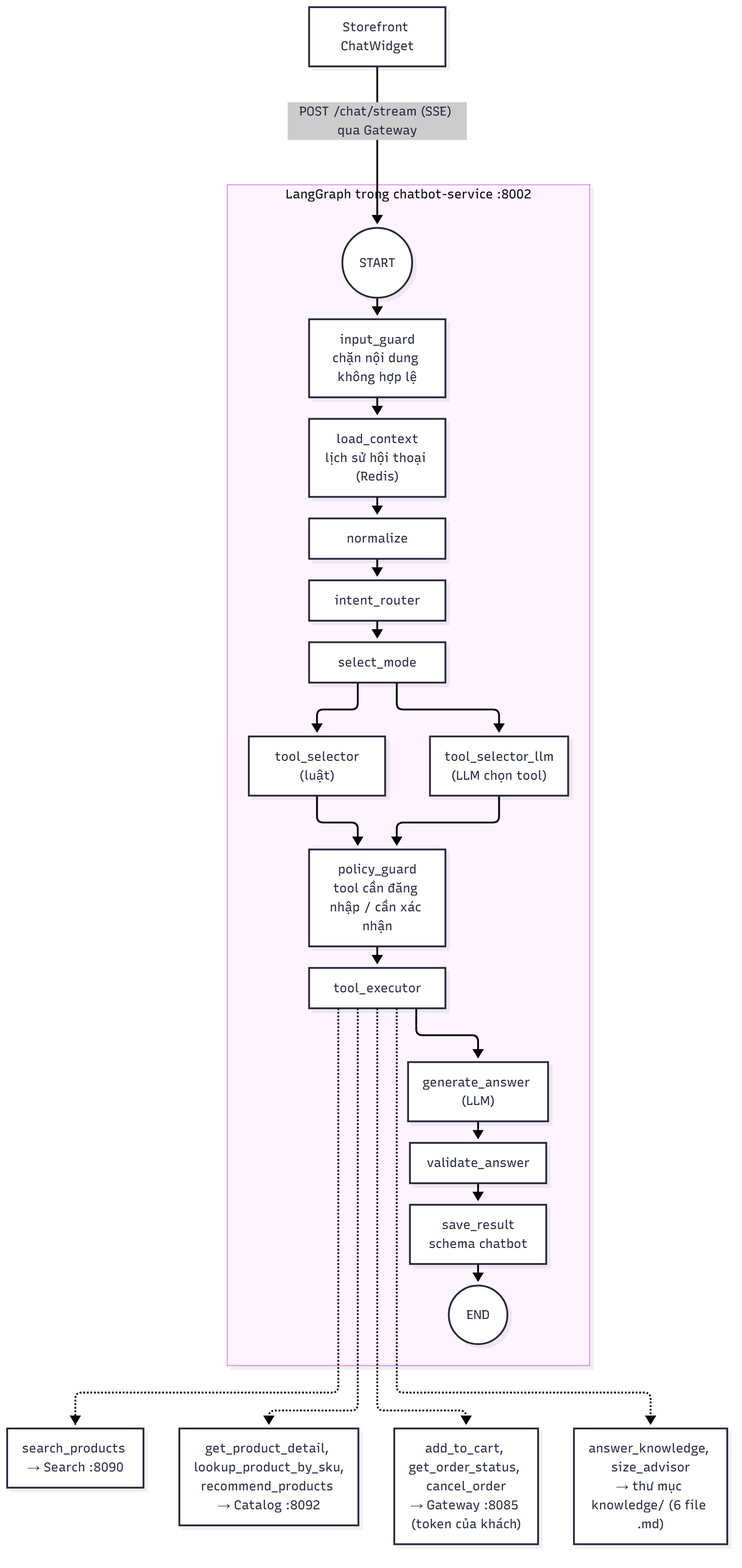
Earlier version of the Mermaid export docs/overview/workflow/10-chatbot.png (ThanhHaipear/smart_sportwear_shop). Its source is kept beside it as docs/overview/workflow/10-chatbot.mmd. Source of this version:
```mermaid
flowchart TB
    U["Storefront ChatWidget"] -- "POST /chat/stream (SSE) qua Gateway" --> START

    subgraph LG["LangGraph trong chatbot-service :8002"]
        START((START)) --> G["input_guard<br/>chặn nội dung không hợp lệ"]
        G --> C["load_context<br/>lịch sử hội thoại (Redis)"]
        C --> N["normalize"]
        N --> I["intent_router"]
        I --> M["select_mode"]
        M --> TS["tool_selector<br/>(luật)"]
        M --> TL["tool_selector_llm<br/>(LLM chọn tool)"]
        TS & TL --> P["policy_guard<br/>tool cần đăng nhập / cần xác nhận"]
        P --> X["tool_executor"]
        X --> A["generate_answer (LLM)"]
        A --> V["validate_answer"]
        V --> S["save_result<br/>schema chatbot"]
        S --> E((END))
    end

    X -.-> T1["search_products → Search :8090"]
    X -.-> T2["get_product_detail, lookup_product_by_sku,<br/>recommend_products → Catalog :8092"]
    X -.-> T3["add_to_cart, get_order_status, cancel_order<br/>→ Gateway :8085 (token của khách)"]
    X -.-> T4["answer_knowledge, size_advisor<br/>→ thư mục knowledge/ (6 file .md)"]
```
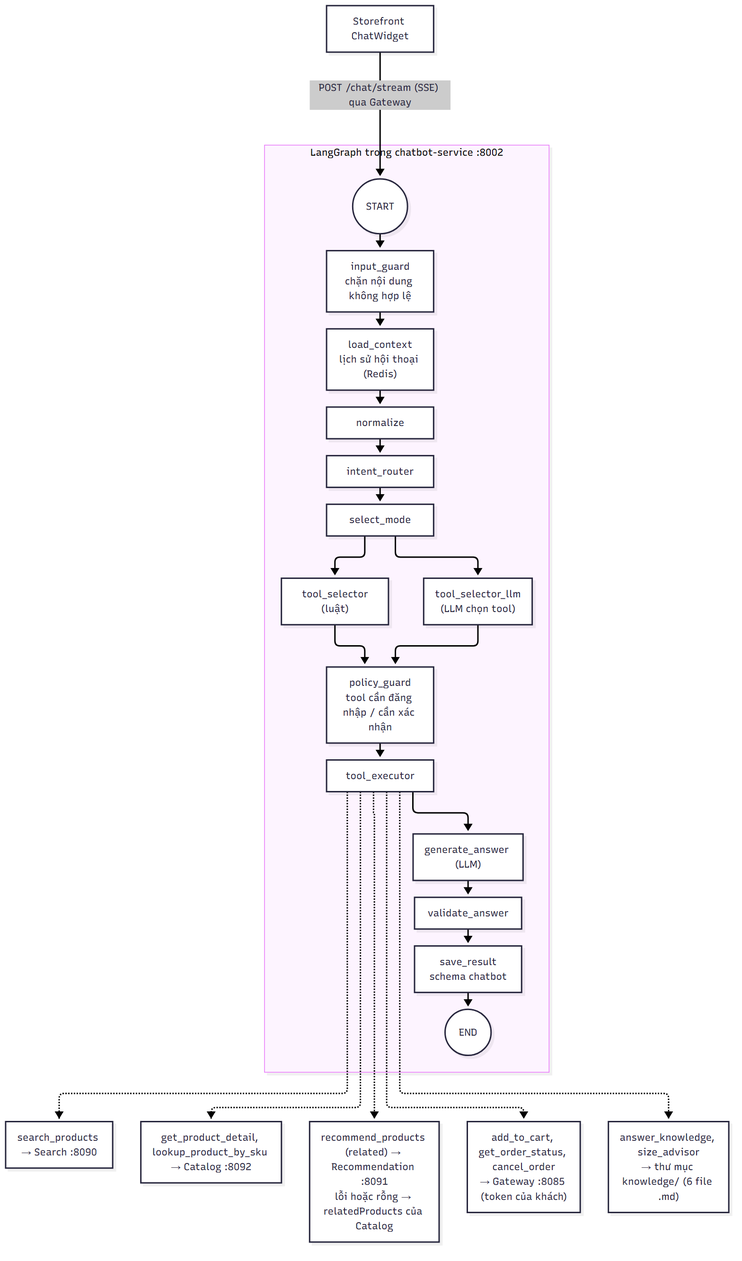
Above is the later version.

Commit message:
docs(recommendation): add results tables, demo script and new diagrams

Diff of the diagram source:
```diff
@@ -18,6 +18,7 @@
     end
 
     X -.-> T1["search_products → Search :8090"]
-    X -.-> T2["get_product_detail, lookup_product_by_sku,<br/>recommend_products → Catalog :8092"]
+    X -.-> T2["get_product_detail, lookup_product_by_sku → Catalog :8092"]
+    X -.-> T5["recommend_products (related) → Recommendation :8091<br/>lỗi hoặc rỗng → relatedProducts của Catalog"]
     X -.-> T3["add_to_cart, get_order_status, cancel_order<br/>→ Gateway :8085 (token của khách)"]
     X -.-> T4["answer_knowledge, size_advisor<br/>→ thư mục knowledge/ (6 file .md)"]
```
